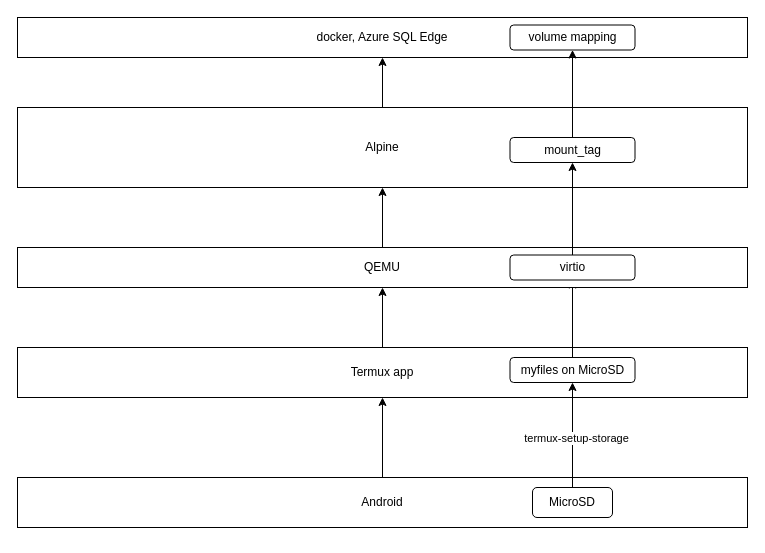
Before: Azure SQL Edge on phone.drawio in renjieliu/jot, a draw.io diagram. Source tidied: cells renumbered, new cells numbered last; positions are measured from the earlier drawing's top-left corner, leaving out a move shared by most shapes. Both pictures are drawn from the tidied source at 100%, with x=0, y=0 at pixel (17, 17).
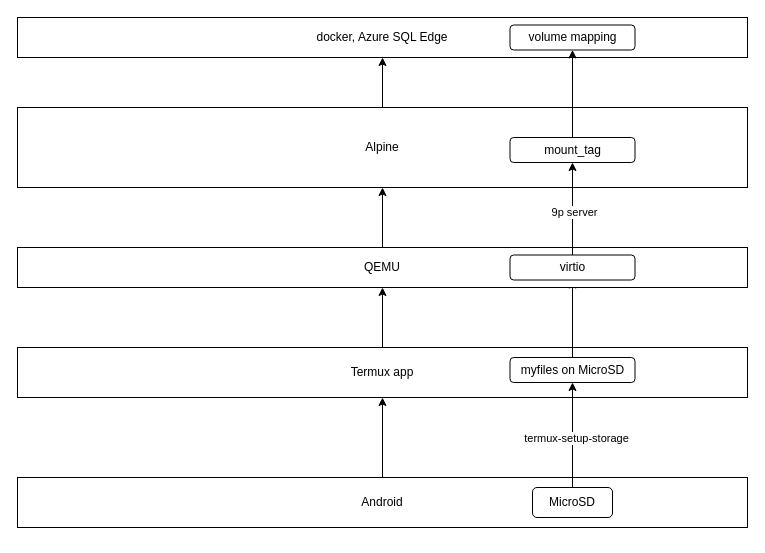
The same page after the edit.

Unchanged cells that the change refers to:
```xml
<mxCell id="19" style="edgeStyle=orthogonalEdgeStyle;rounded=0;jettySize=auto;html=1;exitX=0.5;exitY=0;exitDx=0;exitDy=0;entryX=0.5;entryY=1;entryDx=0;entryDy=0;" parent="1" edge="1" source="20" target="18">
  <mxGeometry relative="1" as="geometry" />
</mxCell>
```

Diff of the diagram source:
```diff
@@
+    <mxCell id="22" value="9p server" style="edgeLabel;html=1;align=center;verticalAlign=middle;" parent="19" vertex="1">
+      <mxGeometry x="-0.08" y="-1" relative="1" as="geometry" />
+    </mxCell>
```
